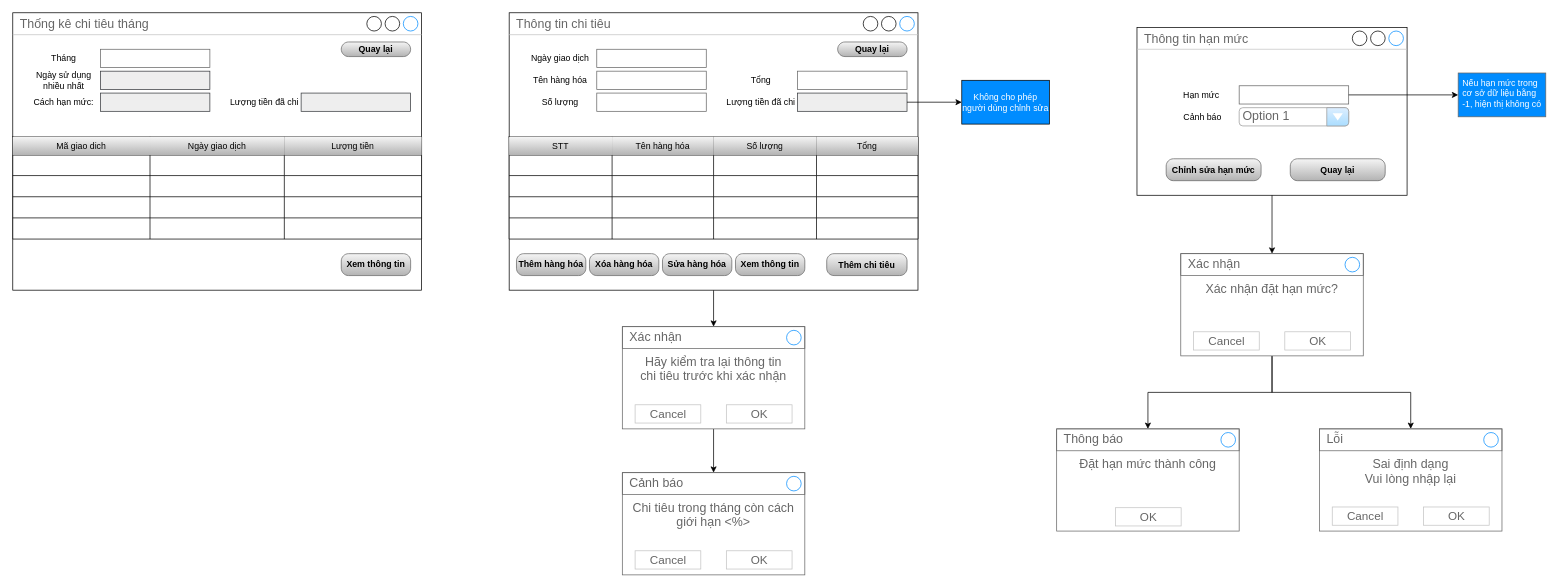
Before: Diagrams/Screen diagram.drawio in AkallHuynh/IS216.L21.HTCL-Java, a draw.io diagram. Source tidied: cells renumbered, new cells numbered last; positions are measured from the earlier drawing's top-left corner, leaving out a move shared by most shapes. Both pictures are drawn from the tidied source at 73%, with x=0, y=0 at pixel (12, 12).
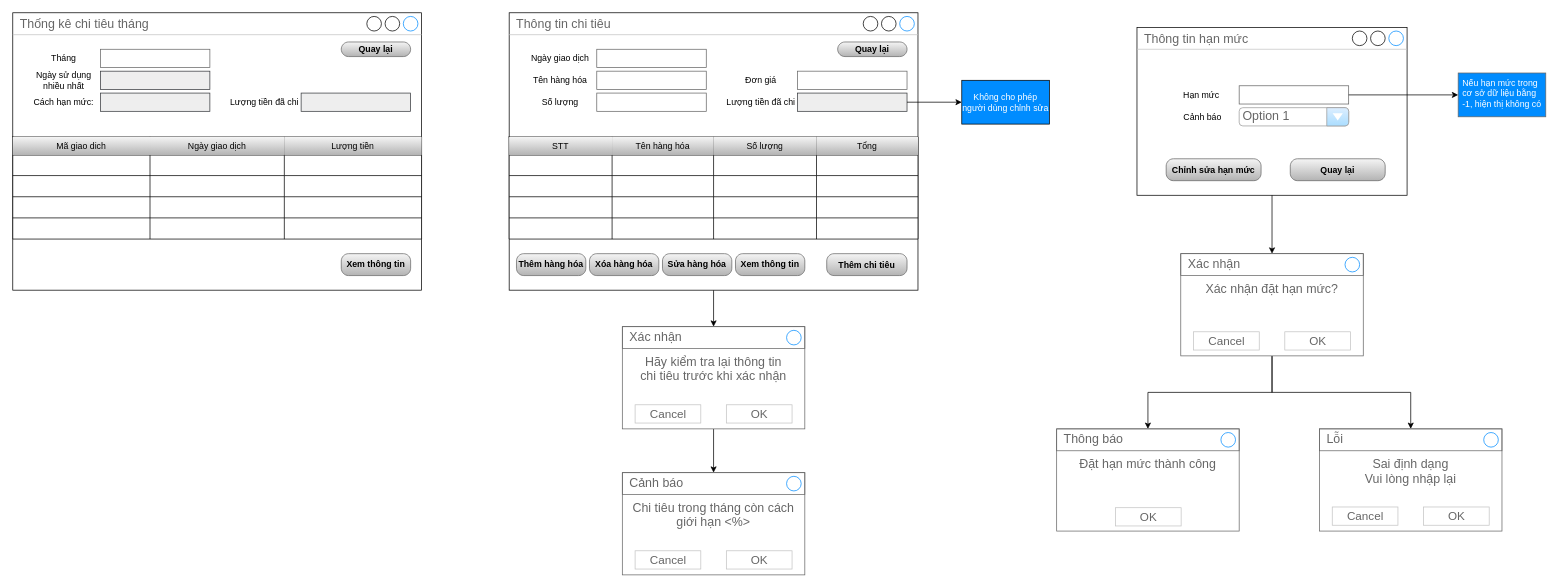
After the change.

Unchanged cells that the change refers to:
```xml
<mxCell id="10" style="group;" parent="1" vertex="1">
  <mxGeometry x="680" width="560" height="380" as="geometry" />
</mxCell>
```

The edit, as a diff of the source:
```diff
@@
-    <mxCell id="42" value="Tổng" style="text;html=1;strokeColor=none;fillColor=none;align=center;verticalAlign=middle;whiteSpace=wrap;rounded=0;" parent="10" vertex="1">
+    <mxCell id="42" value="Đơn giá" style="text;html=1;strokeColor=none;fillColor=none;align=center;verticalAlign=middle;whiteSpace=wrap;rounded=0;" parent="10" vertex="1">
       <mxGeometry x="295" y="80" width="100" height="25" as="geometry" />
     </mxCell>
```
